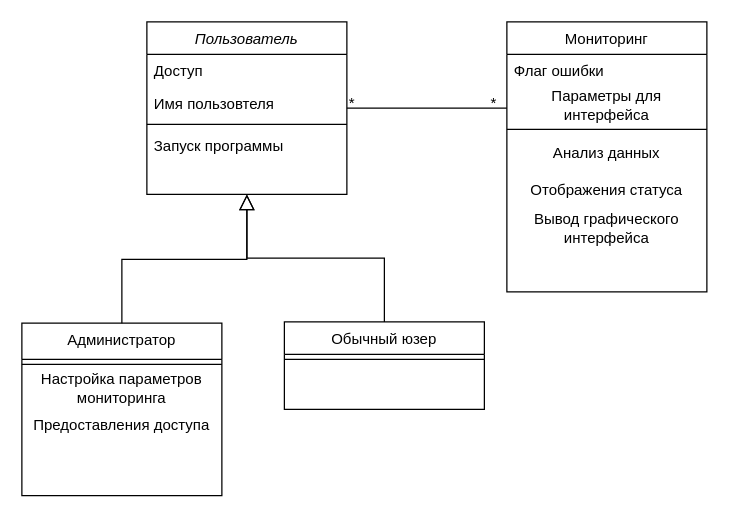
The draw.io diagram Project_Analysis/Class_Diagram/Class_Diagram.drawio in AynurVafin/Install_monitor, before the edit. Source tidied: cells renumbered, new cells numbered last; positions are measured from the earlier drawing's top-left corner, leaving out a move shared by most shapes. Both pictures are drawn from the tidied source at 125%, with x=0, y=0 at pixel (21, 21).
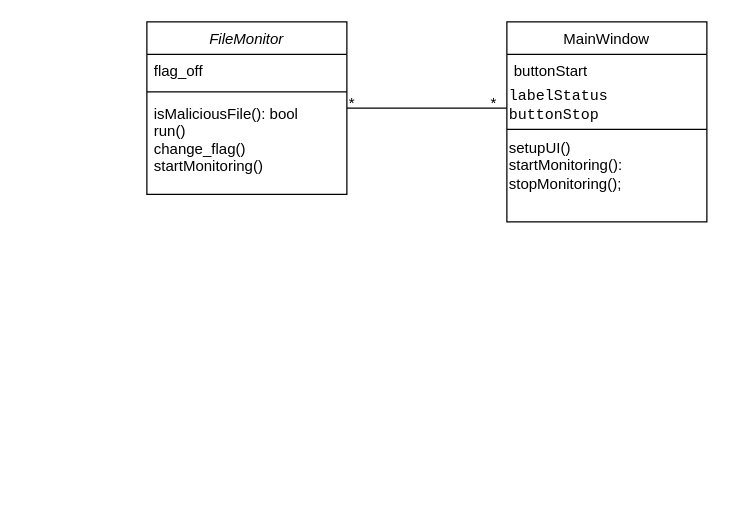
The same diagram, later.

Change to the diagram source:
```diff
@@
-    <mxCell id="2" value="Пользователь" style="swimlane;fontStyle=2;align=center;verticalAlign=top;horizontal=1;startSize=26;rounded=0;shadow=0;strokeWidth=1;" parent="1" vertex="1">
+    <mxCell id="2" value="FileMonitor" style="swimlane;fontStyle=2;align=center;verticalAlign=top;horizontal=1;startSize=26;rounded=0;shadow=0;strokeWidth=1;" parent="1" vertex="1">
       <mxGeometry x="100" width="160" height="138" as="geometry" />
     </mxCell>
-    <mxCell id="3" value="Доступ" style="text;align=left;verticalAlign=top;spacingLeft=4;spacingRight=4;overflow=hidden;" parent="2" vertex="1">
+    <mxCell id="3" value="flag_off" style="text;align=left;verticalAlign=top;spacingLeft=4;spacingRight=4;overflow=hidden;" parent="2" vertex="1">
       <mxGeometry y="26" width="160" height="26" as="geometry" />
     </mxCell>
-    <mxCell id="4" value="Имя пользовтеля" style="text;align=left;verticalAlign=top;spacingLeft=4;spacingRight=4;overflow=hidden;rounded=0;shadow=0;html=0;" parent="2" vertex="1">
-      <mxGeometry y="52" width="160" height="26" as="geometry" />
-    </mxCell>
     <mxCell id="5" style="line;html=1;strokeWidth=1;align=left;verticalAlign=middle;spacingTop=-1;spacingLeft=3;spacingRight=3;labelPosition=right;" parent="2" vertex="1">
-      <mxGeometry y="78" width="160" height="8" as="geometry" />
+      <mxGeometry y="52" width="160" height="8" as="geometry" />
     </mxCell>
-    <mxCell id="6" value="Запуск программы" style="text;align=left;verticalAlign=top;spacingLeft=4;spacingRight=4;overflow=hidden;" parent="2" vertex="1">
-      <mxGeometry y="86" width="160" height="26" as="geometry" />
+    <mxCell id="6" value="isMaliciousFile(): bool&#10;run()&#10;change_flag()&#10;startMonitoring()" style="text;align=left;verticalAlign=top;spacingLeft=4;spacingRight=4;overflow=hidden;" parent="2" vertex="1">
+      <mxGeometry y="60" width="160" height="70" as="geometry" />
     </mxCell>
-    <mxCell id="7" value="Администратор" style="swimlane;fontStyle=0;align=center;verticalAlign=top;horizontal=1;startSize=29;rounded=0;shadow=0;strokeWidth=1;" parent="1" vertex="1">
-      <mxGeometry y="241" width="160" height="138" as="geometry" />
-    </mxCell>
-    <mxCell id="8" style="line;html=1;strokeWidth=1;align=left;verticalAlign=middle;spacingTop=-1;spacingLeft=3;spacingRight=3;labelPosition=right;" parent="7" vertex="1">
-      <mxGeometry y="29" width="160" height="8" as="geometry" />
-    </mxCell>
-    <mxCell id="9" value="Настройка параметров мониторинга" style="text;html=1;strokeColor=none;fillColor=none;align=center;verticalAlign=middle;whiteSpace=wrap;rounded=0;" parent="7" vertex="1">
-      <mxGeometry y="37" width="160" height="30" as="geometry" />
-    </mxCell>
-    <mxCell id="10" value="Предоставления доступа" style="text;html=1;strokeColor=none;fillColor=none;align=center;verticalAlign=middle;whiteSpace=wrap;rounded=0;" parent="7" vertex="1">
-      <mxGeometry y="67" width="160" height="30" as="geometry" />
-    </mxCell>
-    <mxCell id="11" style="endArrow=block;endSize=10;endFill=0;shadow=0;strokeWidth=1;rounded=0;edgeStyle=elbowEdgeStyle;elbow=vertical;" parent="1" edge="1" source="7" target="2">
-      <mxGeometry relative="1" as="geometry" />
-    </mxCell>
-    <mxCell id="12" value="Обычный юзер" style="swimlane;fontStyle=0;align=center;verticalAlign=top;horizontal=1;startSize=26;rounded=0;shadow=0;strokeWidth=1;" parent="1" vertex="1">
-      <mxGeometry x="210" y="240" width="160" height="70" as="geometry" />
-    </mxCell>
-    <mxCell id="13" style="line;html=1;strokeWidth=1;align=left;verticalAlign=middle;spacingTop=-1;spacingLeft=3;spacingRight=3;labelPosition=right;" parent="12" vertex="1">
-      <mxGeometry y="26" width="160" height="8" as="geometry" />
-    </mxCell>
-    <mxCell id="14" style="endArrow=block;endSize=10;endFill=0;shadow=0;strokeWidth=1;rounded=0;edgeStyle=elbowEdgeStyle;elbow=vertical;" parent="1" edge="1" source="12" target="2">
-      <mxGeometry relative="1" as="geometry" />
-    </mxCell>
-    <mxCell id="15" value="Мониторинг" style="swimlane;fontStyle=0;align=center;verticalAlign=top;horizontal=1;startSize=26;rounded=0;shadow=0;strokeWidth=1;" parent="1" vertex="1">
-      <mxGeometry x="388" width="160" height="216" as="geometry" />
+    <mxCell id="15" value="MainWindow" style="swimlane;fontStyle=0;align=center;verticalAlign=top;horizontal=1;startSize=26;rounded=0;shadow=0;strokeWidth=1;fillColor=none;fontColor=#000000;" parent="1" vertex="1">
+      <mxGeometry x="388" width="160" height="160" as="geometry" />
     </mxCell>
-    <mxCell id="16" value="Флаг ошибки" style="text;align=left;verticalAlign=top;spacingLeft=4;spacingRight=4;overflow=hidden;rounded=0;shadow=0;html=0;" parent="15" vertex="1">
+    <mxCell id="16" value="buttonStart" style="text;align=left;verticalAlign=top;spacingLeft=4;spacingRight=4;overflow=hidden;rounded=0;shadow=0;html=0;" parent="15" vertex="1">
       <mxGeometry y="26" width="160" height="26" as="geometry" />
     </mxCell>
-    <mxCell id="17" value="Параметры для интерфейса" style="text;html=1;strokeColor=none;fillColor=none;align=center;verticalAlign=middle;whiteSpace=wrap;rounded=0;" parent="15" vertex="1">
+    <mxCell id="17" value="&lt;div style=&quot;font-family: &amp;quot;JetBrains Mono&amp;quot;, monospace;&quot;&gt;&lt;div style=&quot;&quot;&gt;&lt;span style=&quot;background-color: rgb(255, 255, 255);&quot;&gt;labelStatus&lt;/span&gt;&lt;/div&gt;&lt;span style=&quot;background-color: rgb(255, 255, 255);&quot;&gt;buttonStop&lt;/span&gt;&lt;/div&gt;" style="text;html=1;strokeColor=none;fillColor=none;align=left;verticalAlign=middle;whiteSpace=wrap;rounded=0;" parent="15" vertex="1">
       <mxGeometry y="52" width="160" height="30" as="geometry" />
     </mxCell>
@@
-    <mxCell id="19" value="Анализ данных" style="text;html=1;strokeColor=none;fillColor=none;align=center;verticalAlign=middle;whiteSpace=wrap;rounded=0;" parent="15" vertex="1">
-      <mxGeometry y="90" width="160" height="30" as="geometry" />
-    </mxCell>
-    <mxCell id="20" value="Отображения статуса" style="text;html=1;strokeColor=none;fillColor=none;align=center;verticalAlign=middle;whiteSpace=wrap;rounded=0;" parent="15" vertex="1">
-      <mxGeometry y="120" width="160" height="30" as="geometry" />
+    <mxCell id="20" value="setupUI()&lt;br&gt;startMonitoring():&lt;br&gt;stopMonitoring();" style="text;html=1;strokeColor=none;fillColor=none;align=left;verticalAlign=middle;whiteSpace=wrap;rounded=0;" parent="15" vertex="1">
+      <mxGeometry y="90" width="160" height="50" as="geometry" />
     </mxCell>
-    <mxCell id="21" value="Вывод графического интерфейса" style="text;html=1;strokeColor=none;fillColor=none;align=center;verticalAlign=middle;whiteSpace=wrap;rounded=0;" parent="15" vertex="1">
-      <mxGeometry y="150" width="160" height="30" as="geometry" />
-    </mxCell>
```
